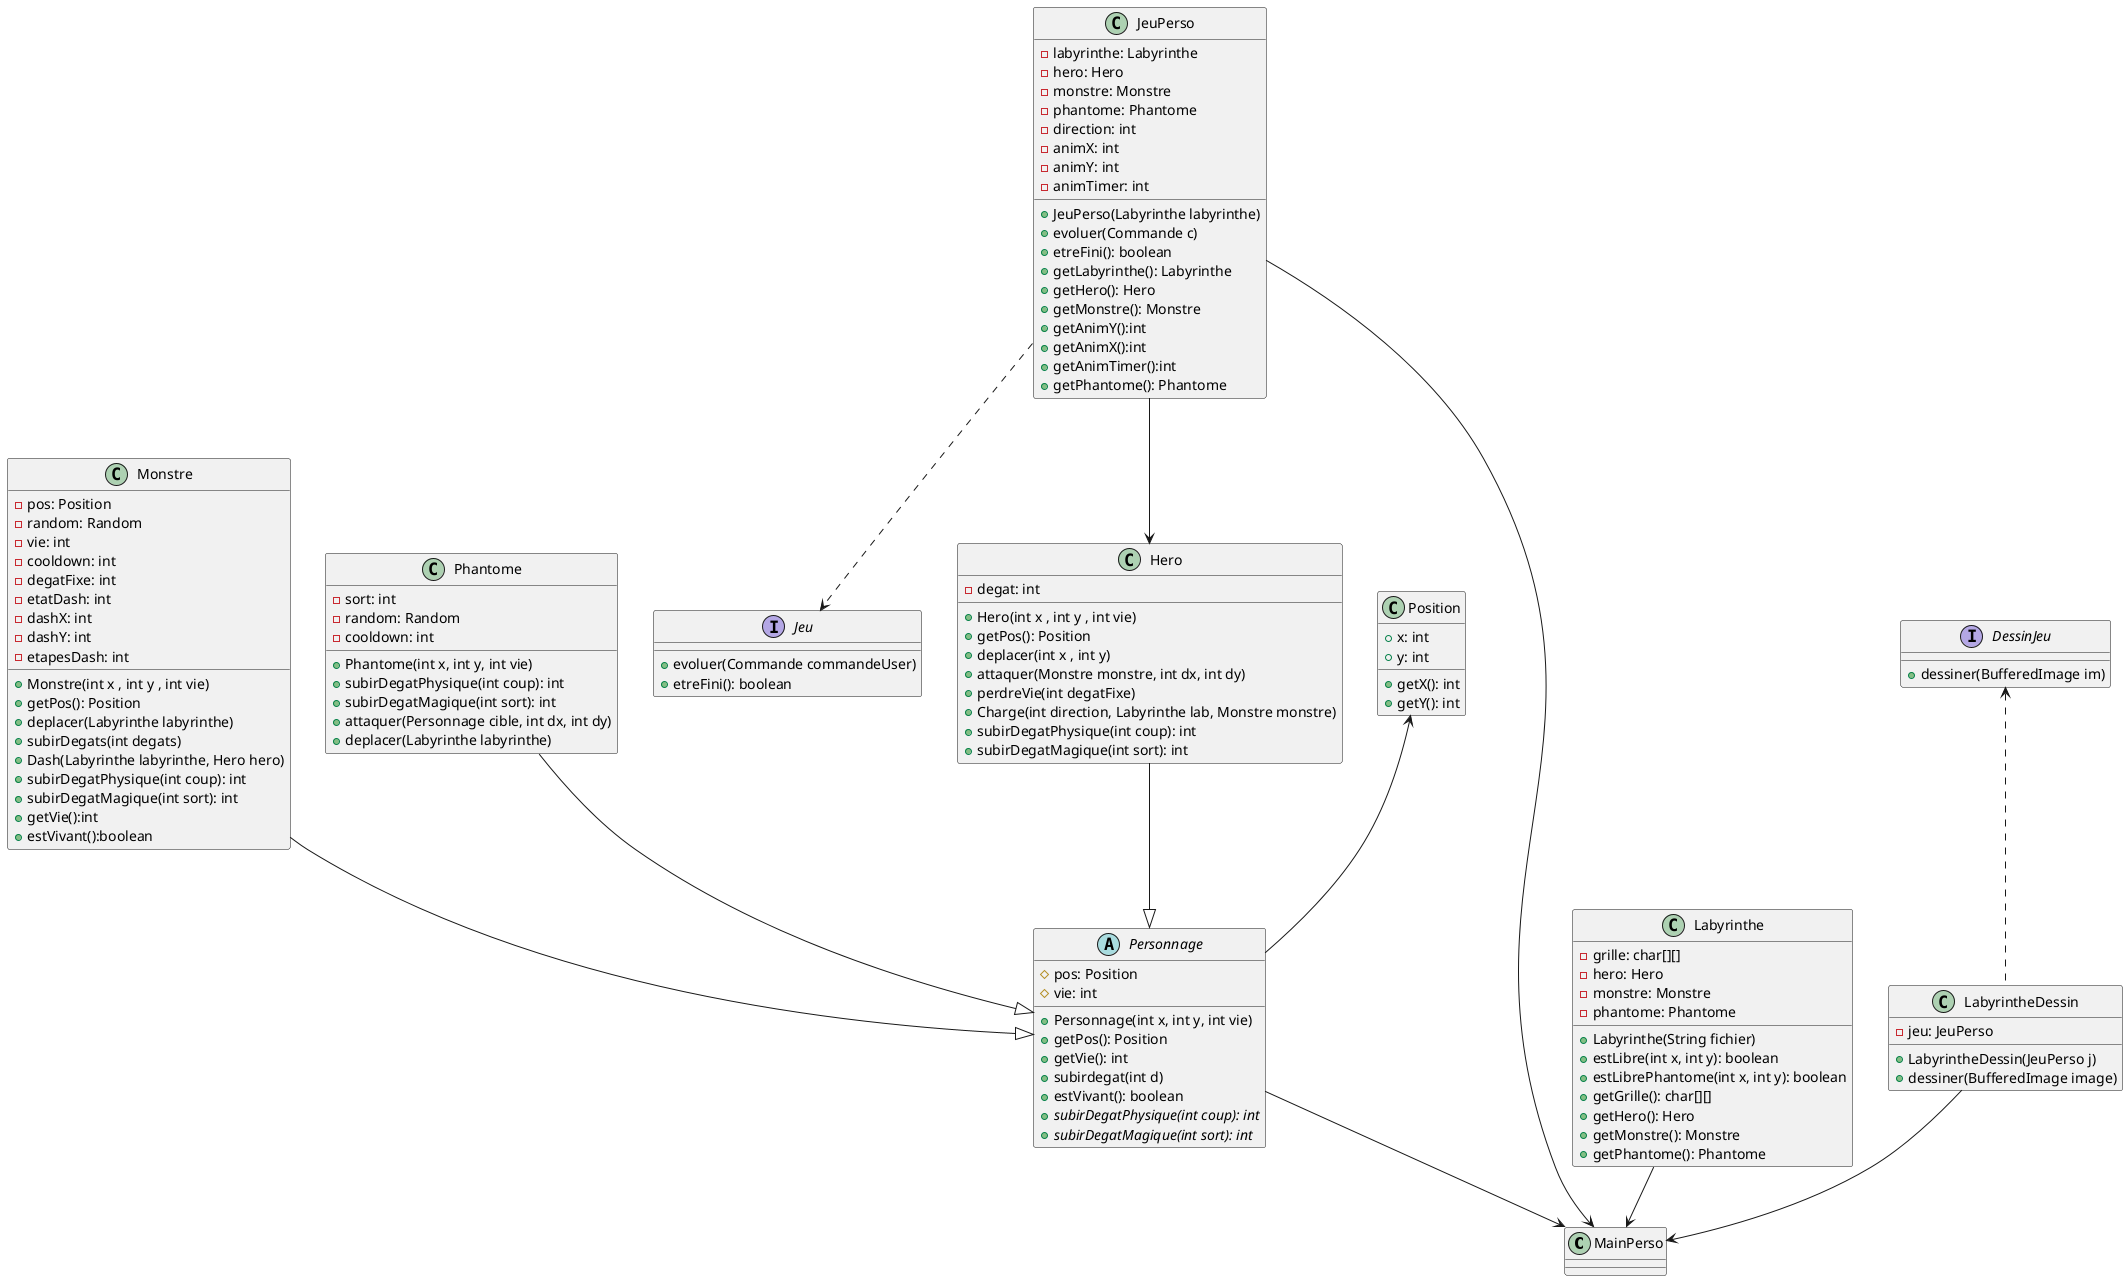
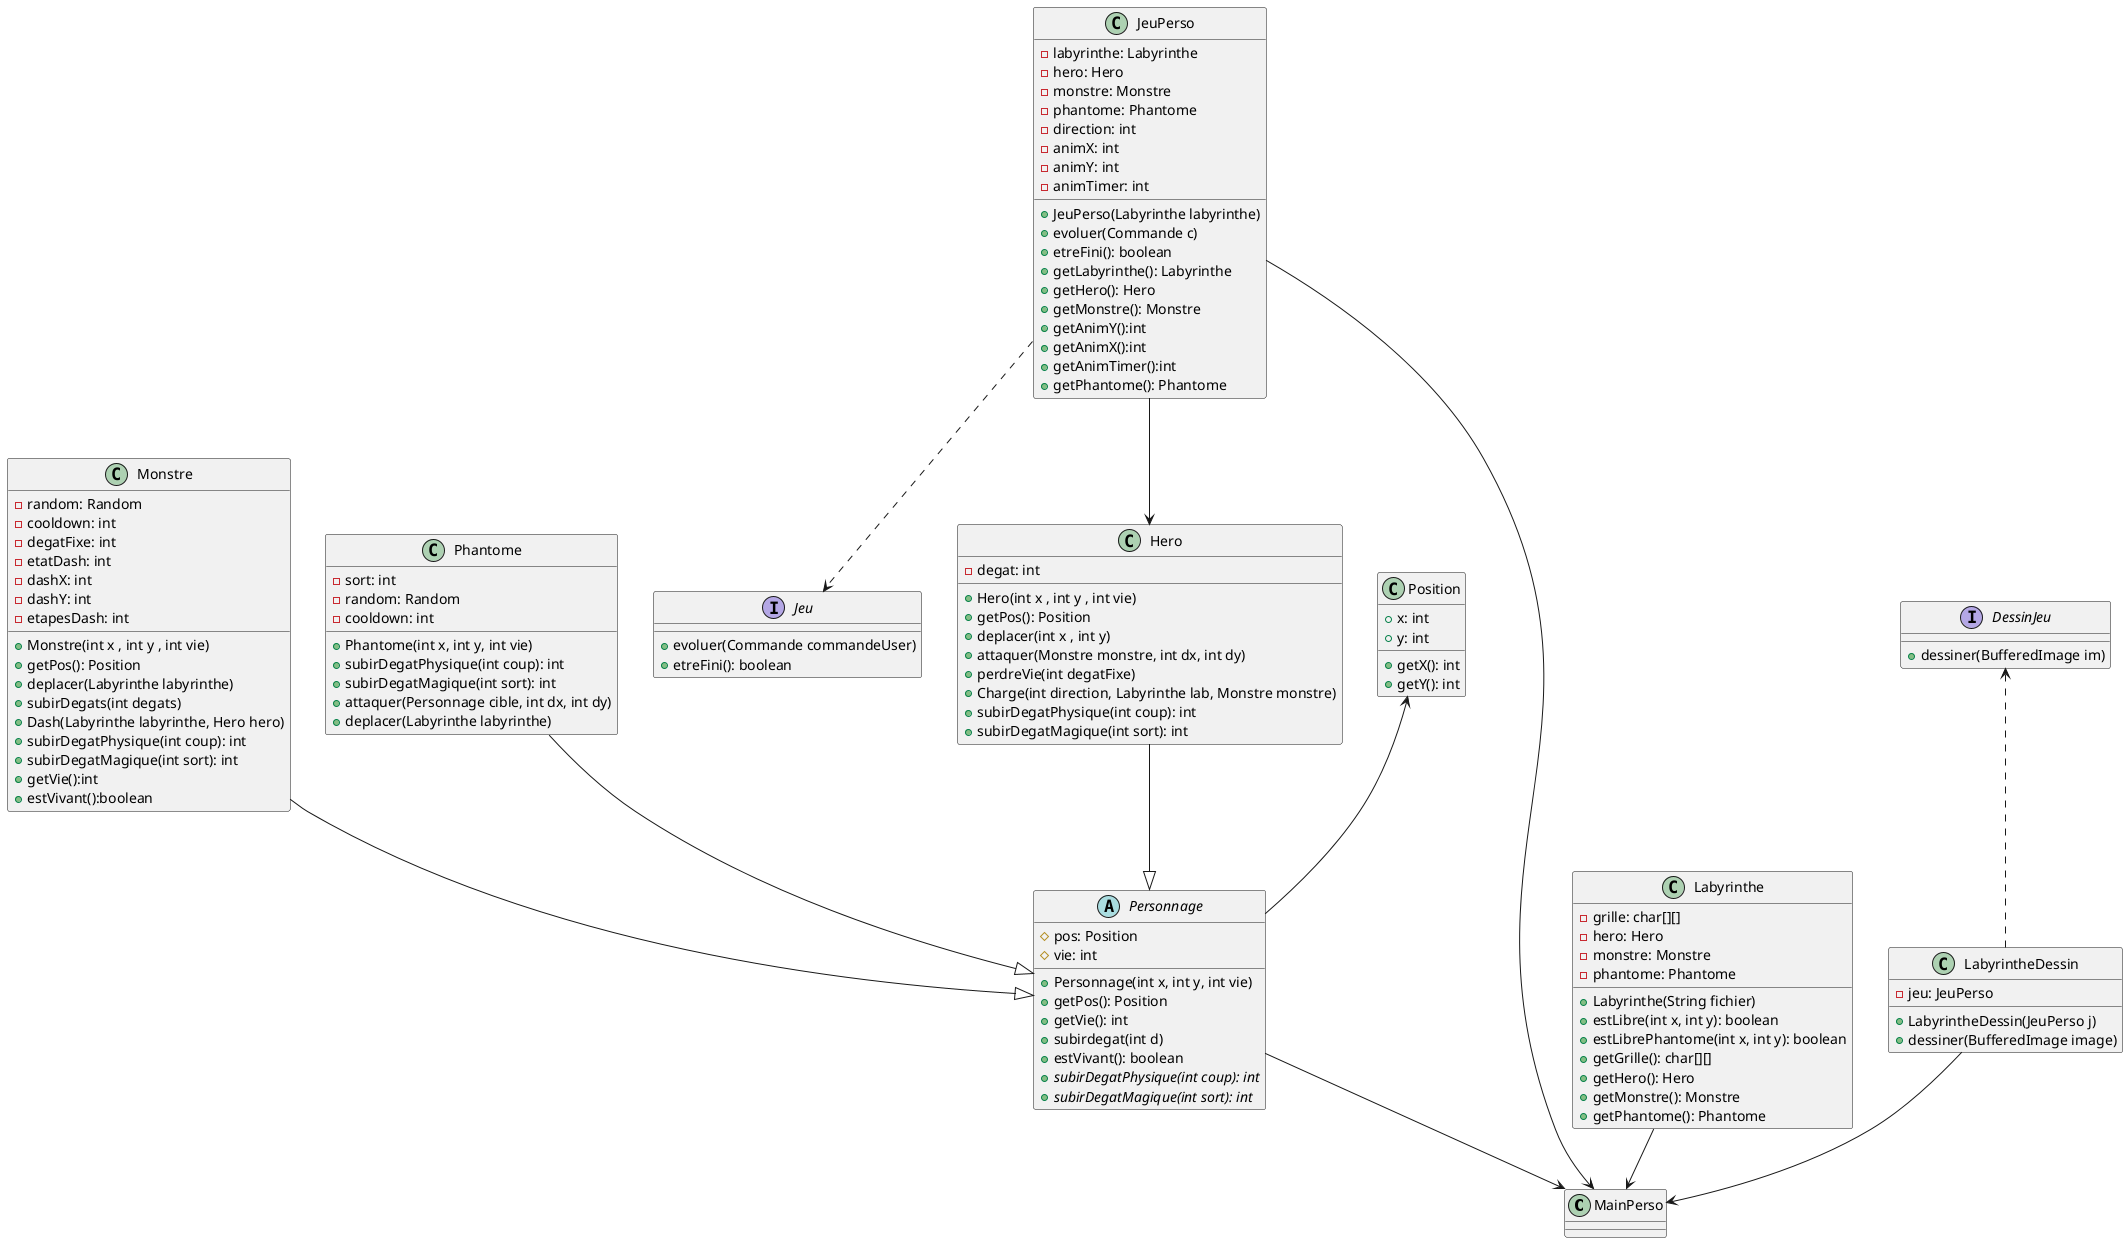
@startuml
'https://plantuml.com/class-diagram

class MainPerso

interface Jeu{
+evoluer(Commande commandeUser)
+etreFini(): boolean
}

class Monstre{
- -pos: Position
-random: Random
- -vie: int
-cooldown: int
-degatFixe: int
-etatDash: int
-dashX: int
-dashY: int
-etapesDash: int
+Monstre(int x , int y , int vie)
+getPos(): Position
+deplacer(Labyrinthe labyrinthe)
+subirDegats(int degats)
+Dash(Labyrinthe labyrinthe, Hero hero)
+subirDegatPhysique(int coup): int
+subirDegatMagique(int sort): int
+getVie():int
+estVivant():boolean
}

class Phantome{
-sort: int
-random: Random
-cooldown: int
+Phantome(int x, int y, int vie)
+subirDegatPhysique(int coup): int
+subirDegatMagique(int sort): int
+attaquer(Personnage cible, int dx, int dy)
+deplacer(Labyrinthe labyrinthe)
}

abstract Personnage{
#pos: Position
#vie: int
+Personnage(int x, int y, int vie)
+getPos(): Position
+getVie(): int
+subirdegat(int d)
+estVivant(): boolean
+ {abstract} subirDegatPhysique(int coup): int
+ {abstract} subirDegatMagique(int sort): int
}

class Hero{
-degat: int
+Hero(int x , int y , int vie)
+getPos(): Position
+deplacer(int x , int y)
+attaquer(Monstre monstre, int dx, int dy)
+perdreVie(int degatFixe)
+Charge(int direction, Labyrinthe lab, Monstre monstre)
+subirDegatPhysique(int coup): int
+subirDegatMagique(int sort): int
}

class Labyrinthe{
-grille: char[][]
-hero: Hero
-monstre: Monstre
-phantome: Phantome
+Labyrinthe(String fichier)
+estLibre(int x, int y): boolean
+estLibrePhantome(int x, int y): boolean
+getGrille(): char[][]
+getHero(): Hero
+getMonstre(): Monstre
+getPhantome(): Phantome
}

class LabyrintheDessin{
-jeu: JeuPerso
+LabyrintheDessin(JeuPerso j)
+dessiner(BufferedImage image)
}

interface DessinJeu{
+dessiner(BufferedImage im)
}

class JeuPerso{
-labyrinthe: Labyrinthe
-hero: Hero
-monstre: Monstre
-phantome: Phantome
-direction: int
-animX: int
-animY: int
-animTimer: int
+JeuPerso(Labyrinthe labyrinthe)
+evoluer(Commande c)
+etreFini(): boolean
+getLabyrinthe(): Labyrinthe
+getHero(): Hero
+getMonstre(): Monstre
+getAnimY():int
+getAnimX():int
+getAnimTimer():int
+getPhantome(): Phantome
}

class Position{
+x: int
+y: int
+getX(): int
+getY(): int
}

Hero --|> Personnage
Monstre--|> Personnage
Phantome --|> Personnage
Personnage --> MainPerso
Labyrinthe --> MainPerso

Position<--Personnage
JeuPerso-->Hero

JeuPerso..>Jeu
LabyrintheDessin-->MainPerso
JeuPerso-->MainPerso

DessinJeu<.. LabyrintheDessin

@enduml